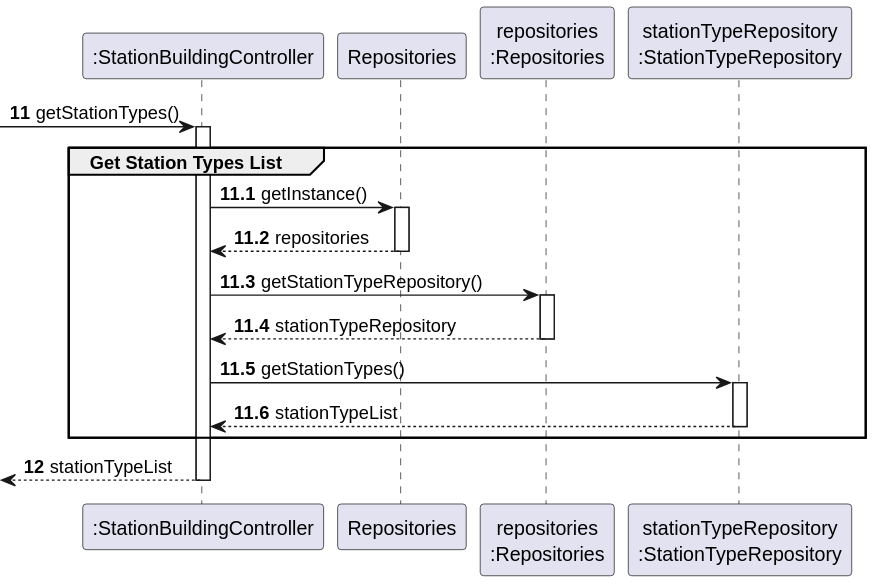
Earlier version of the PlantUML export docs/system-documentation/Sprint 2/US05/03.design/svg/US05-SD-partial-get-station-types-list.svg (HenriqueSilva18/Railway-Network-Simulator).
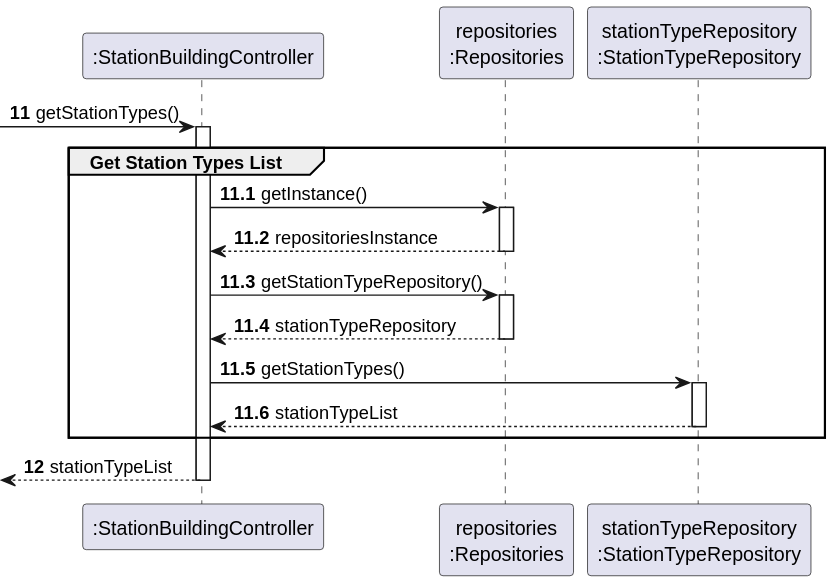
Above is the later version.

The edit, as a diff of the source:
```diff
@@ -3,9 +3,8 @@
 skinparam shadowing false
 
 participant ":StationBuildingController" as CTRL
-participant "Repositories" as REPOS
-participant "repositories\n:Repositories" as REPOS_SINGLETON
-participant "stationTypeRepository\n:StationTypeRepository" as ST_TYPE_REPO
+participant "repositories\n:Repositories" as REPOS
+participant "stationTypeRepository\n:StationTypeRepository" as TYPE_REPO
 
 autonumber 11
 -> CTRL : getStationTypes()
@@ -13,20 +12,20 @@
 autonumber 11.1
 activate CTRL
     group Get Station Types List
-        CTRL -> REPOS : getInstance()
+        CTRL -> REPOS: getInstance()
         activate REPOS
-            REPOS --> CTRL: repositories
+            REPOS --> CTRL: repositoriesInstance
         deactivate REPOS
 
-        CTRL -> REPOS_SINGLETON : getStationTypeRepository()
-        activate REPOS_SINGLETON
-            REPOS_SINGLETON --> CTRL: stationTypeRepository
-        deactivate REPOS_SINGLETON
+        CTRL -> REPOS: getStationTypeRepository()
+        activate REPOS
+            REPOS --> CTRL: stationTypeRepository
+        deactivate REPOS
 
-        CTRL -> ST_TYPE_REPO : getStationTypes()
-        activate ST_TYPE_REPO
-            ST_TYPE_REPO --> CTRL : stationTypeList
-        deactivate ST_TYPE_REPO
+        CTRL -> TYPE_REPO: getStationTypes()
+        activate TYPE_REPO
+            TYPE_REPO --> CTRL: stationTypeList
+        deactivate TYPE_REPO
     end
 
     autonumber 12
```
